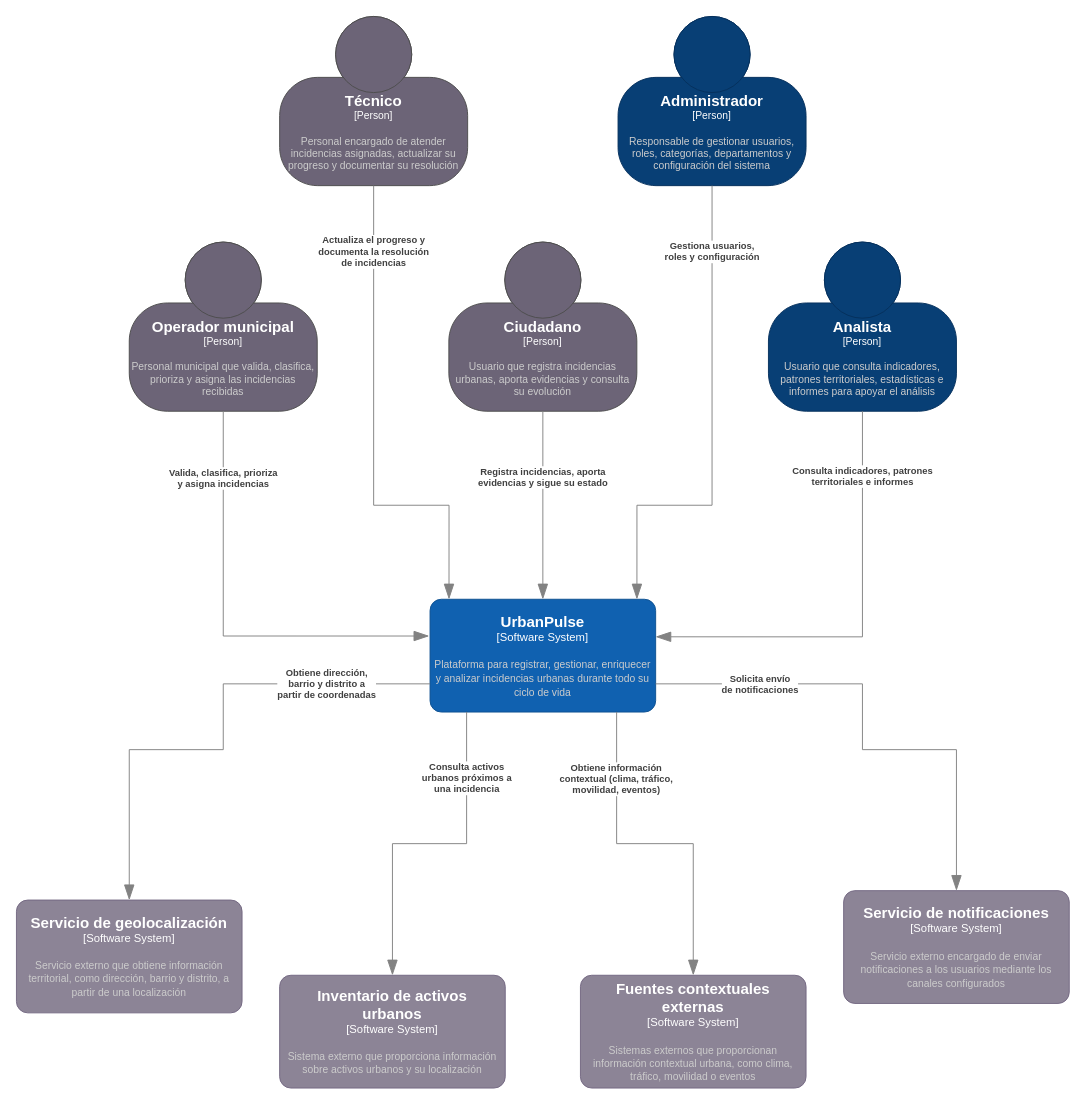
This is page "Contexto" (1 of 2) of docs/diagrams/c4.drawio from CeNtAuRoOo/urban-pulse-app, a draw.io file, before an edit. Source tidied: cells renumbered, new cells numbered last; positions are measured from the earlier drawing's top-left corner, leaving out a move shared by most shapes. Both pictures are drawn from the tidied source at 94%, with x=0, y=0 at pixel (16, 16).
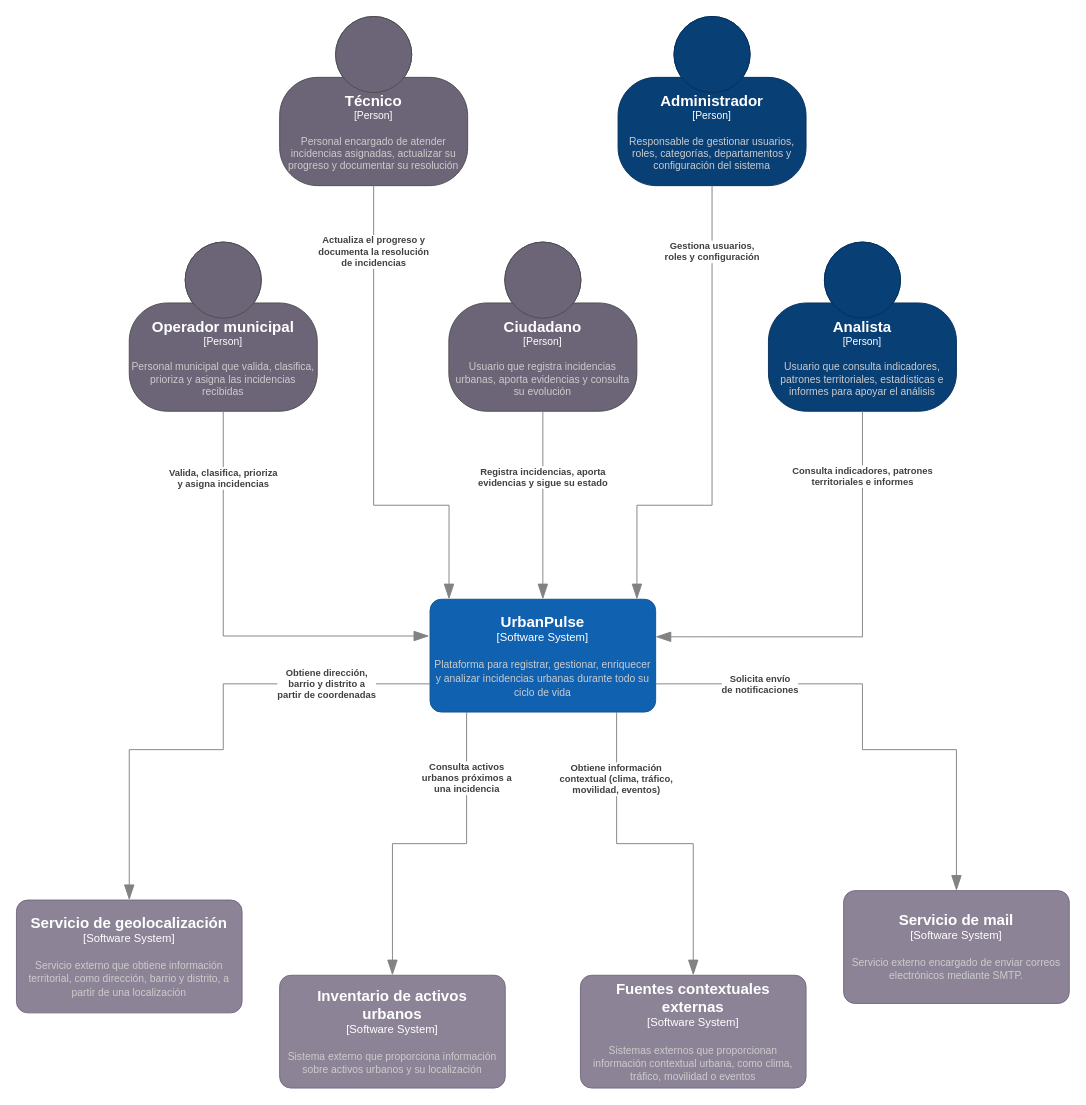
Above is the later version.

Change to the diagram source:
```diff
@@
-    <object id="11" label="&lt;font style=&quot;font-size: 16px&quot;&gt;&lt;b&gt;%c4Name%&lt;/b&gt;&lt;/font&gt;&lt;div&gt;[%c4Type%]&lt;/div&gt;&lt;br&gt;&lt;div&gt;&lt;font style=&quot;font-size: 11px&quot;&gt;&lt;font color=&quot;#cccccc&quot;&gt;%c4Description%&lt;/font&gt;&lt;/div&gt;" c4Description="Servicio externo encargado de enviar notificaciones a los usuarios mediante los canales configurados" c4Name="Servicio de notificaciones" c4Type="Software System" placeholders="1">
+    <object id="11" label="&lt;font style=&quot;font-size: 16px&quot;&gt;&lt;b&gt;%c4Name%&lt;/b&gt;&lt;/font&gt;&lt;div&gt;[%c4Type%]&lt;/div&gt;&lt;br&gt;&lt;div&gt;&lt;font style=&quot;font-size: 11px&quot;&gt;&lt;font color=&quot;#cccccc&quot;&gt;%c4Description%&lt;/font&gt;&lt;/div&gt;" c4Description="Servicio externo encargado de enviar correos electrónicos mediante SMTP." c4Name="Servicio de mail" c4Type="Software System" placeholders="1">
       <mxCell style="rounded=1;whiteSpace=wrap;html=1;labelBackgroundColor=none;fillColor=#8C8496;fontColor=#ffffff;align=center;arcSize=10;strokeColor=#736782;points=[[0.25,0,0],[0.5,0,0],[0.75,0,0],[1,0.25,0],[1,0.5,0],[1,0.75,0],[0.75,1,0],[0.5,1,0],[0.25,1,0],[0,0.75,0],[0,0.5,0],[0,0.25,0]];" parent="1" vertex="1">
         <mxGeometry x="880" y="930" width="240" height="120" as="geometry" />
       </mxCell>
     </object>
```
